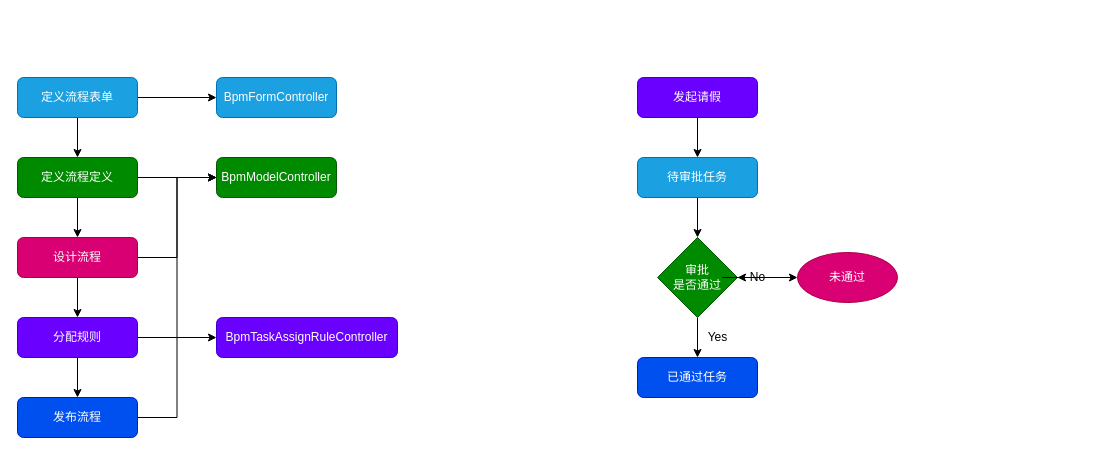
Above: flowable工作流.drawio in stephenZkang/diagrams (draw.io), before the change. Source tidied: cells renumbered, new cells numbered last; positions are measured from the earlier drawing's top-left corner, leaving out a move shared by most shapes. Both pictures are drawn from the tidied source at 100%, with x=0, y=0 at pixel (17, 77).
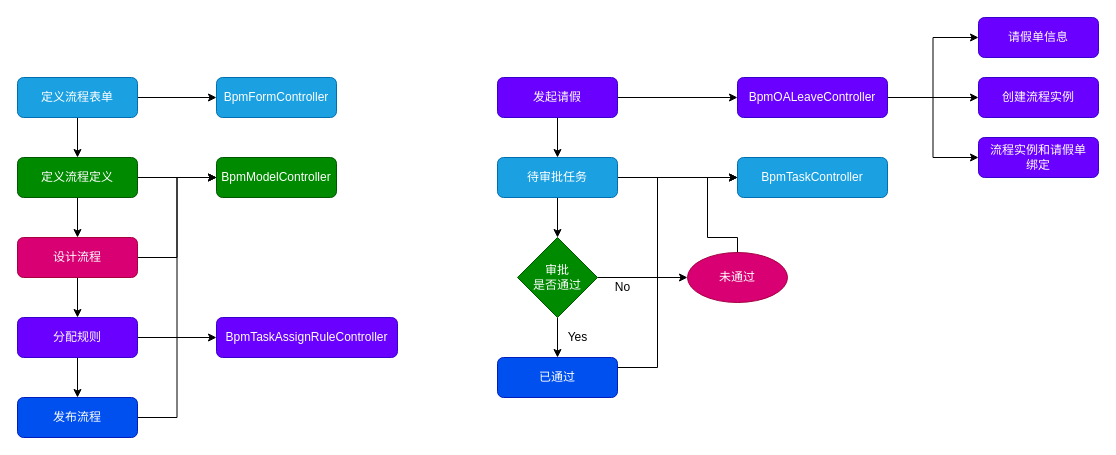
After the change.

Commit message (it also covers changes not shown here):
更新flowable工作流.drawio

Diff of the diagram source:
```diff
@@
+    <mxCell id="31" style="edgeStyle=orthogonalEdgeStyle;rounded=0;jettySize=auto;html=1;" parent="1" edge="1" source="17" target="38">
+      <mxGeometry relative="1" as="geometry" />
+    </mxCell>
     <mxCell id="17" value="发起请假" style="rounded=1;whiteSpace=wrap;html=1;fontSize=12;glass=0;strokeWidth=1;shadow=0;fillColor=#6a00ff;fontColor=#ffffff;strokeColor=#3700CC;" parent="1" vertex="1">
-      <mxGeometry x="620" width="120" height="40" as="geometry" />
+      <mxGeometry x="480" width="120" height="40" as="geometry" />
     </mxCell>
@@
+    <mxCell id="32" style="edgeStyle=orthogonalEdgeStyle;rounded=0;jettySize=auto;html=1;" parent="1" edge="1" source="20" target="39">
+      <mxGeometry relative="1" as="geometry" />
+    </mxCell>
     <mxCell id="20" value="待审批任务" style="rounded=1;whiteSpace=wrap;html=1;fontSize=12;glass=0;strokeWidth=1;shadow=0;fillColor=#1ba1e2;fontColor=#ffffff;strokeColor=#006EAF;" parent="1" vertex="1">
-      <mxGeometry x="620" y="80" width="120" height="40" as="geometry" />
+      <mxGeometry x="480" y="80" width="120" height="40" as="geometry" />
     </mxCell>
+    <mxCell id="33" style="edgeStyle=orthogonalEdgeStyle;rounded=0;jettySize=auto;html=1;exitX=1;exitY=0.25;exitDx=0;exitDy=0;entryX=0;entryY=0.5;entryDx=0;entryDy=0;" parent="1" edge="1" source="21" target="39">
+      <mxGeometry relative="1" as="geometry">
+        <Array as="points">
+          <mxPoint x="640" y="290" />
+          <mxPoint x="640" y="100" />
+        </Array>
+      </mxGeometry>
+    </mxCell>
-    <mxCell id="21" value="已通过任务" style="whiteSpace=wrap;html=1;rounded=1;glass=0;strokeWidth=1;shadow=0;fillColor=#0050ef;fontColor=#ffffff;strokeColor=#001DBC;" parent="1" vertex="1">
-      <mxGeometry x="620" y="280" width="120" height="40" as="geometry" />
+    <mxCell id="21" value="已通过" style="whiteSpace=wrap;html=1;rounded=1;glass=0;strokeWidth=1;shadow=0;fillColor=#0050ef;fontColor=#ffffff;strokeColor=#001DBC;" parent="1" vertex="1">
+      <mxGeometry x="480" y="280" width="120" height="40" as="geometry" />
     </mxCell>
@@
     <mxCell id="23" value="审批&lt;br&gt;是否通过" style="rhombus;whiteSpace=wrap;html=1;fillColor=#008a00;fontColor=#ffffff;strokeColor=#005700;" parent="1" vertex="1">
-      <mxGeometry x="640" y="160" width="80" height="80" as="geometry" />
+      <mxGeometry x="500" y="160" width="80" height="80" as="geometry" />
     </mxCell>
+    <mxCell id="34" style="edgeStyle=orthogonalEdgeStyle;rounded=0;jettySize=auto;html=1;exitX=0.5;exitY=0;exitDx=0;exitDy=0;entryX=0;entryY=0.5;entryDx=0;entryDy=0;" parent="1" edge="1" source="24" target="39">
+      <mxGeometry relative="1" as="geometry">
+        <Array as="points">
+          <mxPoint x="720" y="160" />
+          <mxPoint x="690" y="160" />
+          <mxPoint x="690" y="100" />
+        </Array>
+      </mxGeometry>
+    </mxCell>
     <mxCell id="24" value="未通过" style="ellipse;whiteSpace=wrap;html=1;fillColor=#d80073;fontColor=#ffffff;strokeColor=#A50040;" parent="1" vertex="1">
-      <mxGeometry x="780" y="175" width="100" height="50" as="geometry" />
+      <mxGeometry x="670" y="175" width="100" height="50" as="geometry" />
     </mxCell>
-    <mxCell id="25" style="edgeStyle=orthogonalEdgeStyle;rounded=0;jettySize=auto;html=1;" parent="1" edge="1" source="26" target="23">
-      <mxGeometry relative="1" as="geometry" />
-    </mxCell>
     <mxCell id="26" value="No" style="text;html=1;align=center;verticalAlign=middle;points=[];strokeColor=none;fillColor=none;" parent="1" vertex="1">
-      <mxGeometry x="725" y="190" width="30" height="20" as="geometry" />
+      <mxGeometry x="590" y="200" width="30" height="20" as="geometry" />
     </mxCell>
     <mxCell id="27" value="Yes" style="text;html=1;align=center;verticalAlign=middle;strokeColor=none;fillColor=none;" parent="1" vertex="1">
-      <mxGeometry x="680" y="250" width="40" height="20" as="geometry" />
+      <mxGeometry x="540" y="250" width="40" height="20" as="geometry" />
     </mxCell>
@@
+    <mxCell id="35" style="edgeStyle=orthogonalEdgeStyle;rounded=0;jettySize=auto;html=1;" parent="1" edge="1" source="38" target="40">
+      <mxGeometry relative="1" as="geometry" />
+    </mxCell>
+    <mxCell id="36" style="edgeStyle=orthogonalEdgeStyle;rounded=0;jettySize=auto;html=1;exitX=1;exitY=0.5;exitDx=0;exitDy=0;entryX=0;entryY=0.5;entryDx=0;entryDy=0;" parent="1" edge="1" source="38" target="41">
+      <mxGeometry relative="1" as="geometry" />
+    </mxCell>
+    <mxCell id="37" style="edgeStyle=orthogonalEdgeStyle;rounded=0;jettySize=auto;html=1;exitX=1;exitY=0.5;exitDx=0;exitDy=0;entryX=0;entryY=0.5;entryDx=0;entryDy=0;" parent="1" edge="1" source="38" target="42">
+      <mxGeometry relative="1" as="geometry" />
+    </mxCell>
+    <mxCell id="38" value="BpmOALeaveController" style="whiteSpace=wrap;html=1;fillColor=#6a00ff;strokeColor=#3700CC;fontColor=#ffffff;rounded=1;glass=0;strokeWidth=1;shadow=0;" parent="1" vertex="1">
+      <mxGeometry x="720" width="150" height="40" as="geometry" />
+    </mxCell>
+    <mxCell id="39" value="BpmTaskController" style="whiteSpace=wrap;html=1;fillColor=#1ba1e2;strokeColor=#006EAF;fontColor=#ffffff;rounded=1;glass=0;strokeWidth=1;shadow=0;" parent="1" vertex="1">
+      <mxGeometry x="720" y="80" width="150" height="40" as="geometry" />
+    </mxCell>
+    <mxCell id="40" value="创建流程实例" style="whiteSpace=wrap;html=1;fillColor=#6a00ff;strokeColor=#3700CC;fontColor=#ffffff;rounded=1;glass=0;strokeWidth=1;shadow=0;" parent="1" vertex="1">
+      <mxGeometry x="961" width="120" height="40" as="geometry" />
+    </mxCell>
+    <mxCell id="41" value="请假单信息" style="whiteSpace=wrap;html=1;fillColor=#6a00ff;strokeColor=#3700CC;fontColor=#ffffff;rounded=1;glass=0;strokeWidth=1;shadow=0;" parent="1" vertex="1">
+      <mxGeometry x="961" y="-60" width="120" height="40" as="geometry" />
+    </mxCell>
+    <mxCell id="42" value="流程实例和请假单&lt;br&gt;绑定" style="whiteSpace=wrap;html=1;fillColor=#6a00ff;strokeColor=#3700CC;fontColor=#ffffff;rounded=1;glass=0;strokeWidth=1;shadow=0;" parent="1" vertex="1">
+      <mxGeometry x="961" y="60" width="120" height="40" as="geometry" />
+    </mxCell>
```
